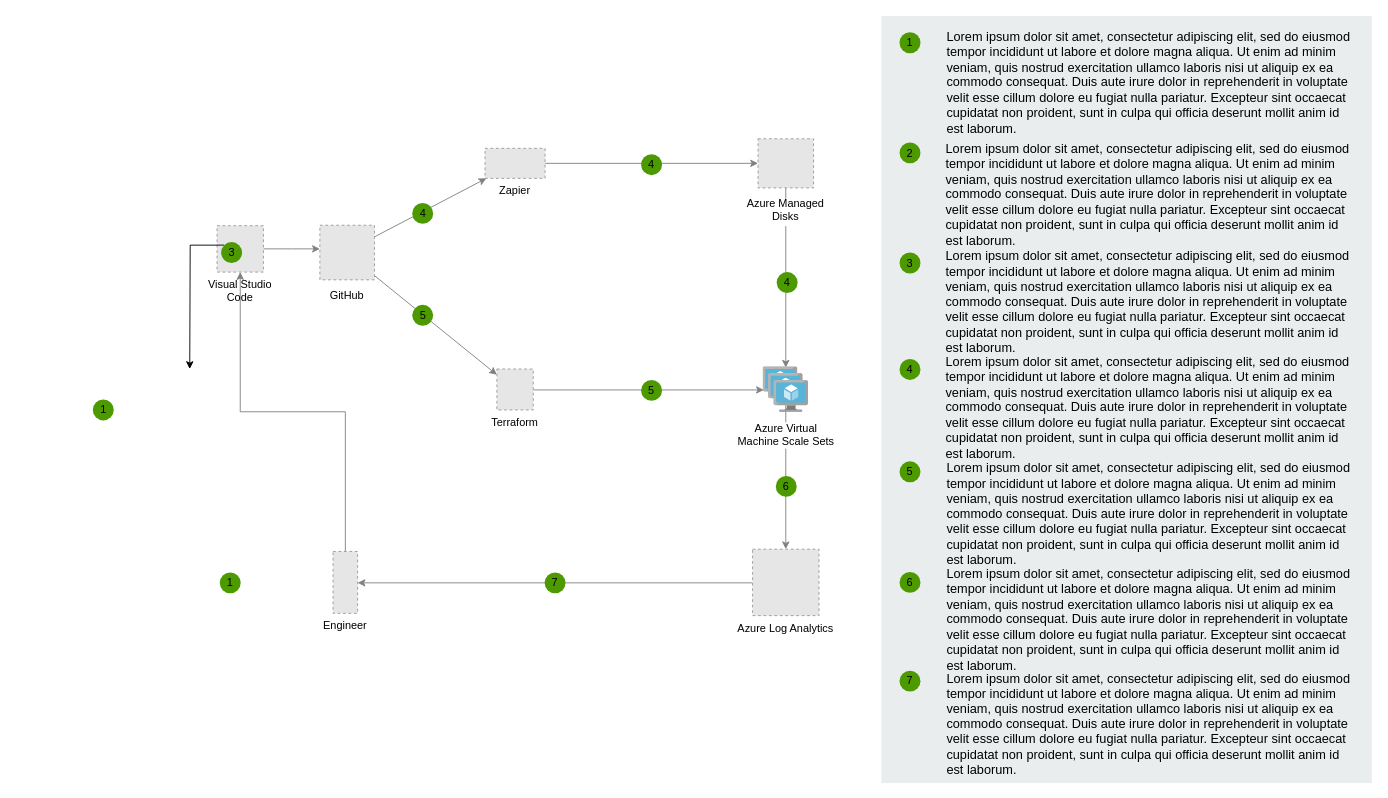
The draw.io diagram Untitled Diagram.drawio in SURYAl3152/Appoinment-booking-web-azure_app_service, before the edit. Source tidied: cells renumbered, new cells numbered last; positions are measured from the earlier drawing's top-left corner, leaving out a move shared by most shapes. Both pictures are drawn from the tidied source at 91%, with x=0, y=0 at pixel (93, 15). Pictures stored in the file or linked from it are replaced by grey dashed boxes.
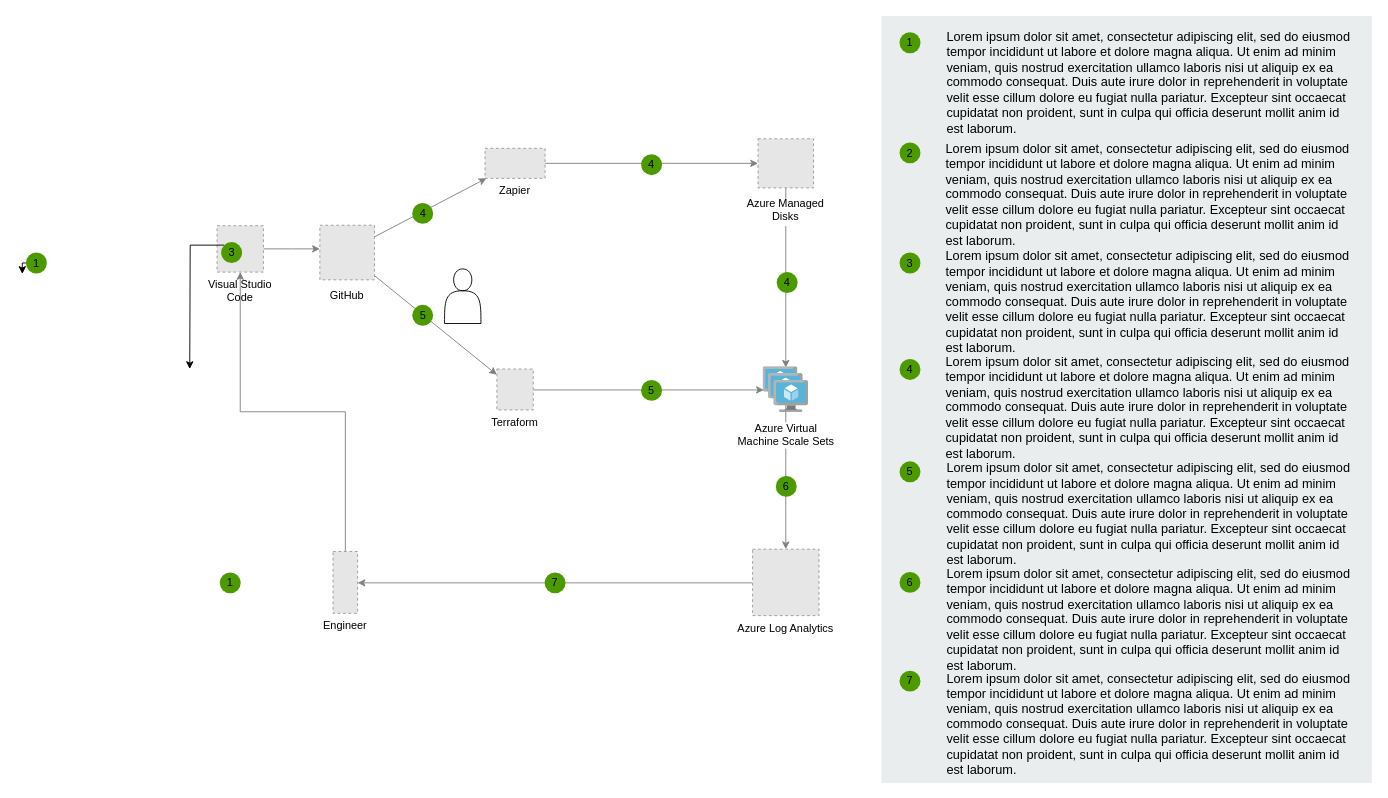
Above is the later version.

What changed in the source:
```diff
@@
     <mxCell id="23" value="1" style="ellipse;whiteSpace=wrap;html=1;fillColor=#4D9900;strokeColor=none;labelBackgroundColor=none;" parent="1" vertex="1">
-      <mxGeometry x="-0.5" y="421.5" width="23" height="23" as="geometry" />
+      <mxGeometry x="-74" y="260" width="23" height="23" as="geometry" />
     </mxCell>
@@
+    <mxCell id="46" style="edgeStyle=orthogonalEdgeStyle;rounded=0;orthogonalLoop=1;jettySize=auto;html=1;exitX=0;exitY=0.5;exitDx=0;exitDy=0;entryX=-0.174;entryY=1.022;entryDx=0;entryDy=0;entryPerimeter=0;" parent="1" edge="1" source="23" target="23">
+      <mxGeometry relative="1" as="geometry" />
+    </mxCell>
+    <mxCell id="47" style="shape=actor;whiteSpace=wrap;html=1;" parent="1" vertex="1">
+      <mxGeometry x="386" y="278" width="40" height="60" as="geometry" />
+    </mxCell>
```
